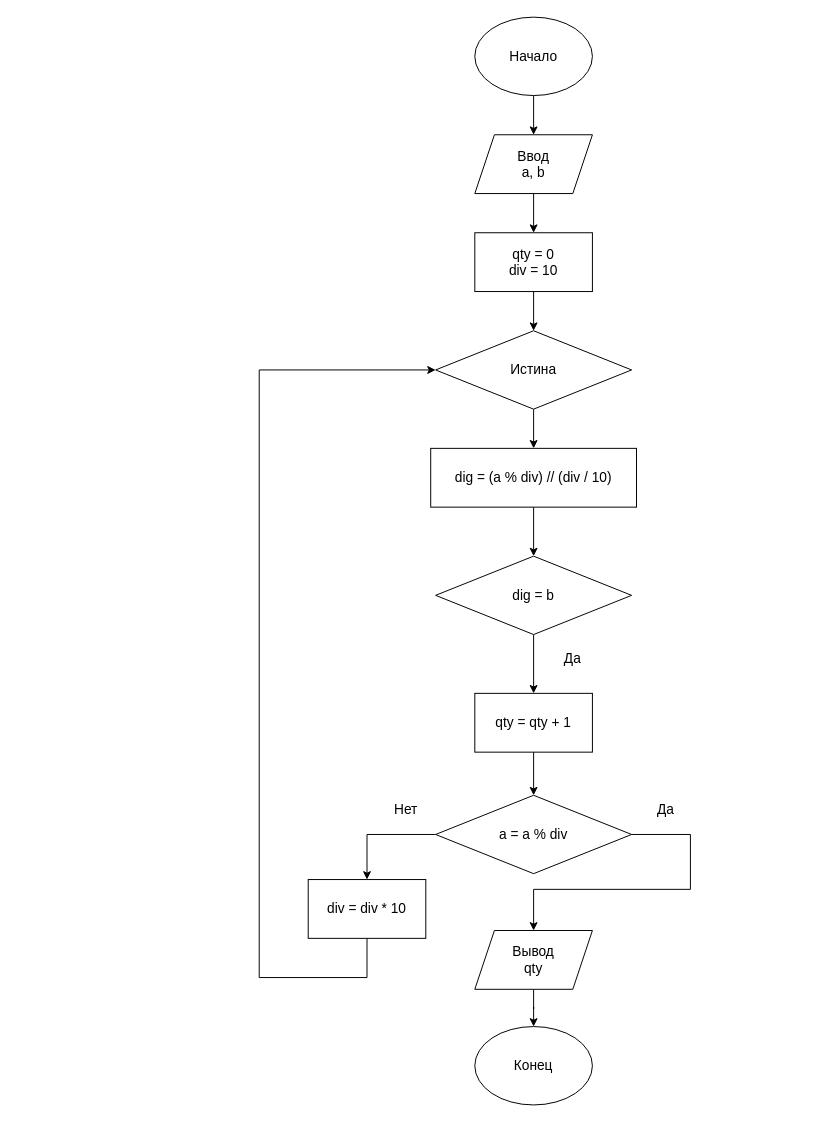
Earlier version of the draw.io diagram lesson_2/lesson_2_ex8.drawio (peleskov/algorithms). Source tidied: cells renumbered, new cells numbered last; positions are measured from the earlier drawing's top-left corner, leaving out a move shared by most shapes. Both pictures are drawn from the tidied source at 98%, with x=0, y=0 at pixel (259, 17).
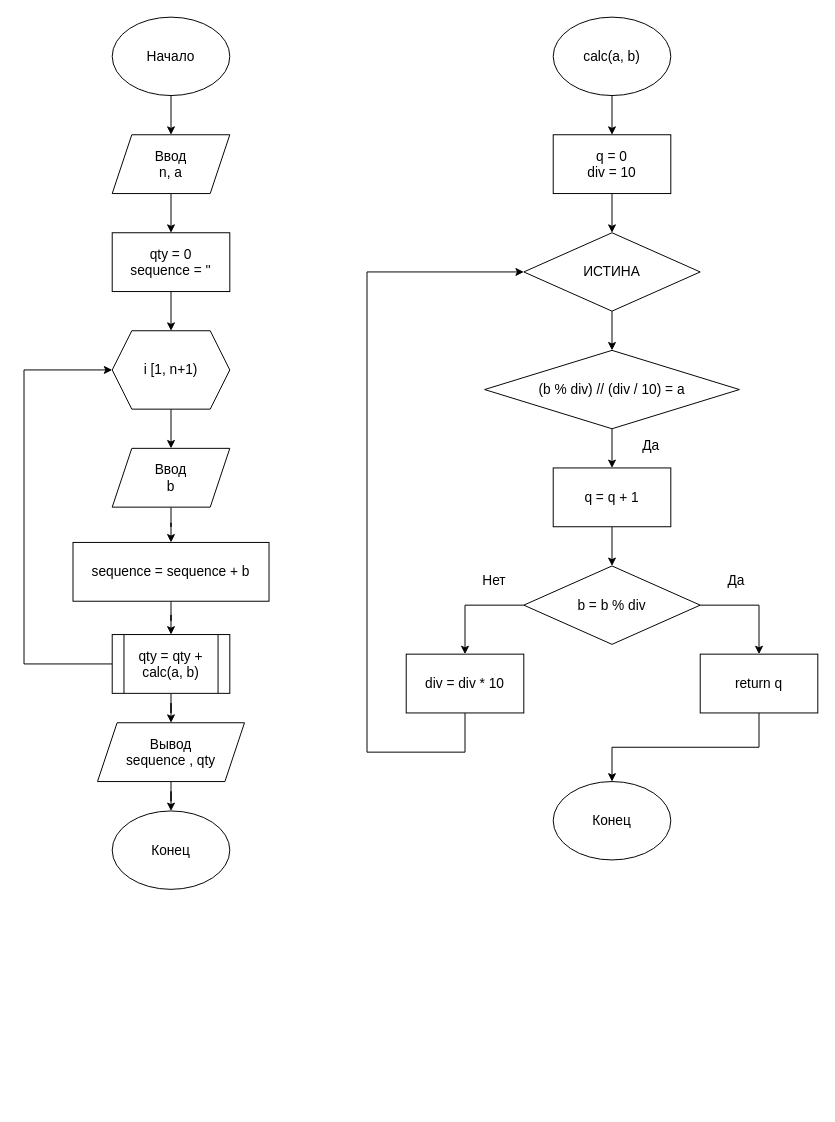
The same diagram, later.

Diff of the diagram source:
```diff
@@
-    <mxCell id="2" style="edgeStyle=orthogonalEdgeStyle;rounded=0;jettySize=auto;html=1;fontSize=14;" parent="1" edge="1" source="3" target="5">
-      <mxGeometry relative="1" as="geometry" />
-    </mxCell>
+    <mxCell id="27" style="edgeStyle=orthogonalEdgeStyle;rounded=0;jettySize=auto;html=1;fontSize=14;" parent="1" edge="1" source="3" target="29">
+      <mxGeometry relative="1" as="geometry" />
+    </mxCell>
     <mxCell id="3" value="&lt;font style=&quot;font-size: 14px&quot;&gt;Начало&lt;/font&gt;" style="ellipse;whiteSpace=wrap;html=1;" parent="1" vertex="1">
-      <mxGeometry x="220" width="120" height="80" as="geometry" />
+      <mxGeometry x="-150" width="120" height="80" as="geometry" />
     </mxCell>
-    <mxCell id="4" style="edgeStyle=orthogonalEdgeStyle;rounded=0;jettySize=auto;html=1;fontSize=14;" parent="1" edge="1" source="5" target="7">
-      <mxGeometry relative="1" as="geometry" />
-    </mxCell>
-    <mxCell id="5" value="Ввод&lt;br&gt;a, b" style="shape=parallelogram;perimeter=parallelogramPerimeter;whiteSpace=wrap;html=1;fixedSize=1;fontSize=14;" parent="1" vertex="1">
-      <mxGeometry x="220" y="120" width="120" height="60" as="geometry" />
-    </mxCell>
-    <mxCell id="6" style="edgeStyle=orthogonalEdgeStyle;rounded=0;jettySize=auto;html=1;fontSize=14;" parent="1" edge="1" source="7" target="9">
-      <mxGeometry relative="1" as="geometry" />
-    </mxCell>
-    <mxCell id="7" value="qty = 0&lt;br&gt;div = 10" style="rounded=0;whiteSpace=wrap;html=1;fontSize=14;" parent="1" vertex="1">
-      <mxGeometry x="220" y="220" width="120" height="60" as="geometry" />
-    </mxCell>
-    <mxCell id="8" style="edgeStyle=orthogonalEdgeStyle;rounded=0;jettySize=auto;html=1;fontSize=14;" parent="1" edge="1" source="9" target="12">
-      <mxGeometry relative="1" as="geometry" />
-    </mxCell>
-    <mxCell id="9" value="Истина" style="rhombus;whiteSpace=wrap;html=1;fontSize=14;" parent="1" vertex="1">
-      <mxGeometry x="180" y="320" width="200" height="80" as="geometry" />
-    </mxCell>
+    <mxCell id="28" style="edgeStyle=orthogonalEdgeStyle;rounded=0;jettySize=auto;html=1;fontSize=14;" parent="1" edge="1" source="29" target="31">
+      <mxGeometry relative="1" as="geometry" />
+    </mxCell>
+    <mxCell id="29" value="&lt;font style=&quot;font-size: 14px&quot;&gt;&lt;span&gt;Ввод&lt;/span&gt;&lt;br&gt;&lt;span&gt;n, a&lt;/span&gt;&lt;/font&gt;" style="shape=parallelogram;perimeter=parallelogramPerimeter;whiteSpace=wrap;html=1;fixedSize=1;" parent="1" vertex="1">
+      <mxGeometry x="-150" y="120" width="120" height="60" as="geometry" />
+    </mxCell>
+    <mxCell id="30" style="edgeStyle=orthogonalEdgeStyle;rounded=0;jettySize=auto;html=1;fontSize=14;" parent="1" edge="1" source="31" target="33">
+      <mxGeometry relative="1" as="geometry" />
+    </mxCell>
+    <mxCell id="31" value="qty = 0&lt;br&gt;sequence = ''" style="rounded=0;whiteSpace=wrap;html=1;fontSize=14;" parent="1" vertex="1">
+      <mxGeometry x="-150" y="220" width="120" height="60" as="geometry" />
+    </mxCell>
+    <mxCell id="32" style="edgeStyle=orthogonalEdgeStyle;rounded=0;jettySize=auto;html=1;fontSize=14;" parent="1" edge="1" source="33" target="35">
+      <mxGeometry relative="1" as="geometry" />
+    </mxCell>
+    <mxCell id="33" value="i [1, n+1)" style="shape=hexagon;perimeter=hexagonPerimeter2;whiteSpace=wrap;html=1;fixedSize=1;fontSize=14;" parent="1" vertex="1">
+      <mxGeometry x="-150" y="320" width="120" height="80" as="geometry" />
+    </mxCell>
+    <mxCell id="34" style="edgeStyle=orthogonalEdgeStyle;rounded=0;jettySize=auto;html=1;fontSize=14;" parent="1" edge="1" source="35" target="37">
+      <mxGeometry relative="1" as="geometry" />
+    </mxCell>
+    <mxCell id="35" value="Ввод&lt;br&gt;b" style="shape=parallelogram;perimeter=parallelogramPerimeter;whiteSpace=wrap;html=1;fixedSize=1;fontSize=14;" parent="1" vertex="1">
+      <mxGeometry x="-150" y="440" width="120" height="60" as="geometry" />
+    </mxCell>
+    <mxCell id="36" style="edgeStyle=orthogonalEdgeStyle;rounded=0;jettySize=auto;html=1;fontSize=14;" parent="1" edge="1" source="37" target="40">
+      <mxGeometry relative="1" as="geometry" />
+    </mxCell>
+    <mxCell id="37" value="&lt;span&gt;sequence = &lt;/span&gt;sequence + b" style="rounded=0;whiteSpace=wrap;html=1;fontSize=14;" parent="1" vertex="1">
+      <mxGeometry x="-190" y="536" width="200" height="60" as="geometry" />
+    </mxCell>
+    <mxCell id="38" style="edgeStyle=orthogonalEdgeStyle;rounded=0;jettySize=auto;html=1;exitX=0;exitY=0.5;exitDx=0;exitDy=0;entryX=0;entryY=0.5;entryDx=0;entryDy=0;fontSize=14;" parent="1" edge="1" source="40" target="33">
+      <mxGeometry relative="1" as="geometry">
+        <Array as="points">
+          <mxPoint x="-240" y="660" />
+          <mxPoint x="-240" y="360" />
+        </Array>
+      </mxGeometry>
+    </mxCell>
+    <mxCell id="39" style="edgeStyle=orthogonalEdgeStyle;rounded=0;jettySize=auto;html=1;fontSize=14;" parent="1" edge="1" source="40" target="42">
+      <mxGeometry relative="1" as="geometry" />
+    </mxCell>
+    <mxCell id="40" value="qty = qty + calc(a, b)" style="shape=process;whiteSpace=wrap;html=1;backgroundOutline=1;fontSize=14;" parent="1" vertex="1">
+      <mxGeometry x="-150" y="630" width="120" height="60" as="geometry" />
+    </mxCell>
+    <mxCell id="41" style="edgeStyle=orthogonalEdgeStyle;rounded=0;jettySize=auto;html=1;fontSize=14;" parent="1" edge="1" source="42" target="43">
+      <mxGeometry relative="1" as="geometry" />
+    </mxCell>
+    <mxCell id="42" value="Вывод&lt;br&gt;sequence , qty" style="shape=parallelogram;perimeter=parallelogramPerimeter;whiteSpace=wrap;html=1;fixedSize=1;fontSize=14;" parent="1" vertex="1">
+      <mxGeometry x="-165" y="720" width="150" height="60" as="geometry" />
+    </mxCell>
+    <mxCell id="43" value="&lt;font style=&quot;font-size: 14px&quot;&gt;Конец&lt;/font&gt;" style="ellipse;whiteSpace=wrap;html=1;" parent="1" vertex="1">
+      <mxGeometry x="-150" y="810" width="120" height="80" as="geometry" />
+    </mxCell>
+    <mxCell id="44" style="edgeStyle=orthogonalEdgeStyle;rounded=0;jettySize=auto;html=1;fontSize=14;" parent="1" edge="1" source="45" target="47">
+      <mxGeometry relative="1" as="geometry" />
+    </mxCell>
+    <mxCell id="45" value="&lt;span style=&quot;font-size: 14px&quot;&gt;calc(a, b)&lt;/span&gt;" style="ellipse;whiteSpace=wrap;html=1;" parent="1" vertex="1">
+      <mxGeometry x="300" width="120" height="80" as="geometry" />
+    </mxCell>
+    <mxCell id="46" style="edgeStyle=orthogonalEdgeStyle;rounded=0;jettySize=auto;html=1;fontSize=14;" parent="1" edge="1" source="47" target="49">
+      <mxGeometry relative="1" as="geometry" />
+    </mxCell>
+    <mxCell id="47" value="q = 0&lt;br&gt;div = 10" style="rounded=0;whiteSpace=wrap;html=1;fontSize=14;" parent="1" vertex="1">
+      <mxGeometry x="300" y="120" width="120" height="60" as="geometry" />
+    </mxCell>
+    <mxCell id="48" style="edgeStyle=orthogonalEdgeStyle;rounded=0;jettySize=auto;html=1;fontSize=14;" parent="1" edge="1" source="49" target="51">
+      <mxGeometry relative="1" as="geometry" />
+    </mxCell>
+    <mxCell id="49" value="ИСТИНА" style="rhombus;whiteSpace=wrap;html=1;fontSize=14;" parent="1" vertex="1">
+      <mxGeometry x="270" y="220" width="180" height="80" as="geometry" />
+    </mxCell>
+    <mxCell id="50" style="edgeStyle=orthogonalEdgeStyle;rounded=0;jettySize=auto;html=1;fontSize=14;" parent="1" edge="1" source="51" target="53">
+      <mxGeometry relative="1" as="geometry" />
+    </mxCell>
+    <mxCell id="51" value="(b % div) // (div / 10) = a" style="rhombus;whiteSpace=wrap;html=1;fontSize=14;" parent="1" vertex="1">
+      <mxGeometry x="230" y="340" width="260" height="80" as="geometry" />
+    </mxCell>
+    <mxCell id="52" style="edgeStyle=orthogonalEdgeStyle;rounded=0;jettySize=auto;html=1;fontSize=14;" parent="1" edge="1" source="53" target="56">
+      <mxGeometry relative="1" as="geometry" />
+    </mxCell>
+    <mxCell id="53" value="q = q + 1" style="rounded=0;whiteSpace=wrap;html=1;fontSize=14;" parent="1" vertex="1">
+      <mxGeometry x="300" y="460" width="120" height="60" as="geometry" />
+    </mxCell>
+    <mxCell id="54" style="edgeStyle=orthogonalEdgeStyle;rounded=0;jettySize=auto;html=1;exitX=1;exitY=0.5;exitDx=0;exitDy=0;entryX=0.5;entryY=0;entryDx=0;entryDy=0;fontSize=14;" parent="1" edge="1" source="56" target="60">
+      <mxGeometry relative="1" as="geometry" />
+    </mxCell>
+    <mxCell id="55" style="edgeStyle=orthogonalEdgeStyle;rounded=0;jettySize=auto;html=1;exitX=0;exitY=0.5;exitDx=0;exitDy=0;entryX=0.5;entryY=0;entryDx=0;entryDy=0;fontSize=14;" parent="1" edge="1" source="56" target="26">
+      <mxGeometry relative="1" as="geometry" />
+    </mxCell>
+    <mxCell id="56" value="b = b % div" style="rhombus;whiteSpace=wrap;html=1;fontSize=14;" parent="1" vertex="1">
+      <mxGeometry x="270" y="560" width="180" height="80" as="geometry" />
+    </mxCell>
+    <mxCell id="57" value="&lt;font style=&quot;font-size: 14px&quot;&gt;Конец&lt;/font&gt;" style="ellipse;whiteSpace=wrap;html=1;" parent="1" vertex="1">
+      <mxGeometry x="300" y="780" width="120" height="80" as="geometry" />
+    </mxCell>
+    <mxCell id="58" value="Да" style="text;html=1;strokeColor=none;fillColor=none;align=center;verticalAlign=middle;whiteSpace=wrap;rounded=0;fontSize=14;" parent="1" vertex="1">
+      <mxGeometry x="457" y="560" width="60" height="30" as="geometry" />
+    </mxCell>
     <mxCell id="10" value="Нет" style="text;html=1;strokeColor=none;fillColor=none;align=center;verticalAlign=middle;whiteSpace=wrap;rounded=0;fontSize=14;" parent="1" vertex="1">
-      <mxGeometry x="120" y="794" width="60" height="30" as="geometry" />
+      <mxGeometry x="210" y="560" width="60" height="30" as="geometry" />
     </mxCell>
-    <mxCell id="11" style="edgeStyle=orthogonalEdgeStyle;rounded=0;jettySize=auto;html=1;fontSize=14;" parent="1" edge="1" source="12" target="14">
-      <mxGeometry relative="1" as="geometry" />
-    </mxCell>
-    <mxCell id="12" value="dig = (a % div) // (div / 10)" style="rounded=0;whiteSpace=wrap;html=1;fontSize=14;" parent="1" vertex="1">
-      <mxGeometry x="175" y="440" width="210" height="60" as="geometry" />
-    </mxCell>
-    <mxCell id="13" style="edgeStyle=orthogonalEdgeStyle;rounded=0;jettySize=auto;html=1;exitX=0.5;exitY=1;exitDx=0;exitDy=0;entryX=0.5;entryY=0;entryDx=0;entryDy=0;fontSize=14;" parent="1" edge="1" source="14" target="20">
-      <mxGeometry relative="1" as="geometry" />
-    </mxCell>
-    <mxCell id="14" value="dig = b" style="rhombus;whiteSpace=wrap;html=1;fontSize=14;" parent="1" vertex="1">
-      <mxGeometry x="180" y="550" width="200" height="80" as="geometry" />
-    </mxCell>
-    <mxCell id="15" value="Да" style="text;html=1;strokeColor=none;fillColor=none;align=center;verticalAlign=middle;whiteSpace=wrap;rounded=0;fontSize=14;" parent="1" vertex="1">
-      <mxGeometry x="290" y="640" width="60" height="30" as="geometry" />
-    </mxCell>
-    <mxCell id="16" style="edgeStyle=orthogonalEdgeStyle;rounded=0;jettySize=auto;html=1;fontSize=14;" parent="1" edge="1" source="17" target="18">
-      <mxGeometry relative="1" as="geometry" />
-    </mxCell>
-    <mxCell id="17" value="Вывод&lt;br&gt;qty" style="shape=parallelogram;perimeter=parallelogramPerimeter;whiteSpace=wrap;html=1;fixedSize=1;fontSize=14;" parent="1" vertex="1">
-      <mxGeometry x="220" y="932" width="120" height="60" as="geometry" />
-    </mxCell>
-    <mxCell id="18" value="&lt;span style=&quot;font-size: 14px&quot;&gt;Конец&lt;/span&gt;" style="ellipse;whiteSpace=wrap;html=1;" parent="1" vertex="1">
-      <mxGeometry x="220" y="1030" width="120" height="80" as="geometry" />
-    </mxCell>
-    <mxCell id="19" style="edgeStyle=orthogonalEdgeStyle;rounded=0;jettySize=auto;html=1;fontSize=14;" parent="1" edge="1" source="20" target="23">
-      <mxGeometry relative="1" as="geometry" />
-    </mxCell>
-    <mxCell id="20" value="qty = qty + 1" style="rounded=0;whiteSpace=wrap;html=1;fontSize=14;" parent="1" vertex="1">
-      <mxGeometry x="220" y="690" width="120" height="60" as="geometry" />
-    </mxCell>
-    <mxCell id="21" style="edgeStyle=orthogonalEdgeStyle;rounded=0;jettySize=auto;html=1;exitX=0;exitY=0.5;exitDx=0;exitDy=0;entryX=0.5;entryY=0;entryDx=0;entryDy=0;fontSize=14;" parent="1" edge="1" source="23" target="26">
-      <mxGeometry relative="1" as="geometry" />
-    </mxCell>
-    <mxCell id="22" style="edgeStyle=orthogonalEdgeStyle;rounded=0;jettySize=auto;html=1;exitX=1;exitY=0.5;exitDx=0;exitDy=0;entryX=0.5;entryY=0;entryDx=0;entryDy=0;fontSize=14;" parent="1" edge="1" source="23" target="17">
-      <mxGeometry relative="1" as="geometry">
-        <Array as="points">
-          <mxPoint x="440" y="834" />
-          <mxPoint x="440" y="890" />
-          <mxPoint x="280" y="890" />
-        </Array>
-      </mxGeometry>
-    </mxCell>
-    <mxCell id="23" value="a = a % div" style="rhombus;whiteSpace=wrap;html=1;fontSize=14;" parent="1" vertex="1">
-      <mxGeometry x="180" y="794" width="200" height="80" as="geometry" />
-    </mxCell>
-    <mxCell id="24" value="Да" style="text;html=1;strokeColor=none;fillColor=none;align=center;verticalAlign=middle;whiteSpace=wrap;rounded=0;fontSize=14;" parent="1" vertex="1">
-      <mxGeometry x="385" y="794" width="60" height="30" as="geometry" />
-    </mxCell>
-    <mxCell id="25" style="edgeStyle=orthogonalEdgeStyle;rounded=0;jettySize=auto;html=1;exitX=0.5;exitY=1;exitDx=0;exitDy=0;entryX=0;entryY=0.5;entryDx=0;entryDy=0;fontSize=14;" parent="1" edge="1" source="26" target="9">
-      <mxGeometry relative="1" as="geometry">
-        <Array as="points">
-          <mxPoint x="110" y="980" />
-          <mxPoint y="980" />
-          <mxPoint y="360" />
-        </Array>
-      </mxGeometry>
-    </mxCell>
+    <mxCell id="59" style="edgeStyle=orthogonalEdgeStyle;rounded=0;jettySize=auto;html=1;exitX=0.5;exitY=1;exitDx=0;exitDy=0;entryX=0.5;entryY=0;entryDx=0;entryDy=0;fontSize=14;" parent="1" edge="1" source="60" target="57">
+      <mxGeometry relative="1" as="geometry" />
+    </mxCell>
+    <mxCell id="60" value="return q" style="rounded=0;whiteSpace=wrap;html=1;fontSize=14;" parent="1" vertex="1">
+      <mxGeometry x="450" y="650" width="120" height="60" as="geometry" />
+    </mxCell>
+    <mxCell id="61" style="edgeStyle=orthogonalEdgeStyle;rounded=0;jettySize=auto;html=1;exitX=0.5;exitY=1;exitDx=0;exitDy=0;entryX=0;entryY=0.5;entryDx=0;entryDy=0;fontSize=14;" parent="1" edge="1" source="26" target="49">
+      <mxGeometry relative="1" as="geometry">
+        <Array as="points">
+          <mxPoint x="210" y="750" />
+          <mxPoint x="110" y="750" />
+          <mxPoint x="110" y="260" />
+        </Array>
+      </mxGeometry>
+    </mxCell>
     <mxCell id="26" value="div = div * 10" style="rounded=0;whiteSpace=wrap;html=1;fontSize=14;" parent="1" vertex="1">
-      <mxGeometry x="50" y="880" width="120" height="60" as="geometry" />
+      <mxGeometry x="150" y="650" width="120" height="60" as="geometry" />
     </mxCell>
+    <mxCell id="62" value="Да" style="text;html=1;strokeColor=none;fillColor=none;align=center;verticalAlign=middle;whiteSpace=wrap;rounded=0;fontSize=14;" parent="1" vertex="1">
+      <mxGeometry x="370" y="422" width="60" height="30" as="geometry" />
+    </mxCell>
```
